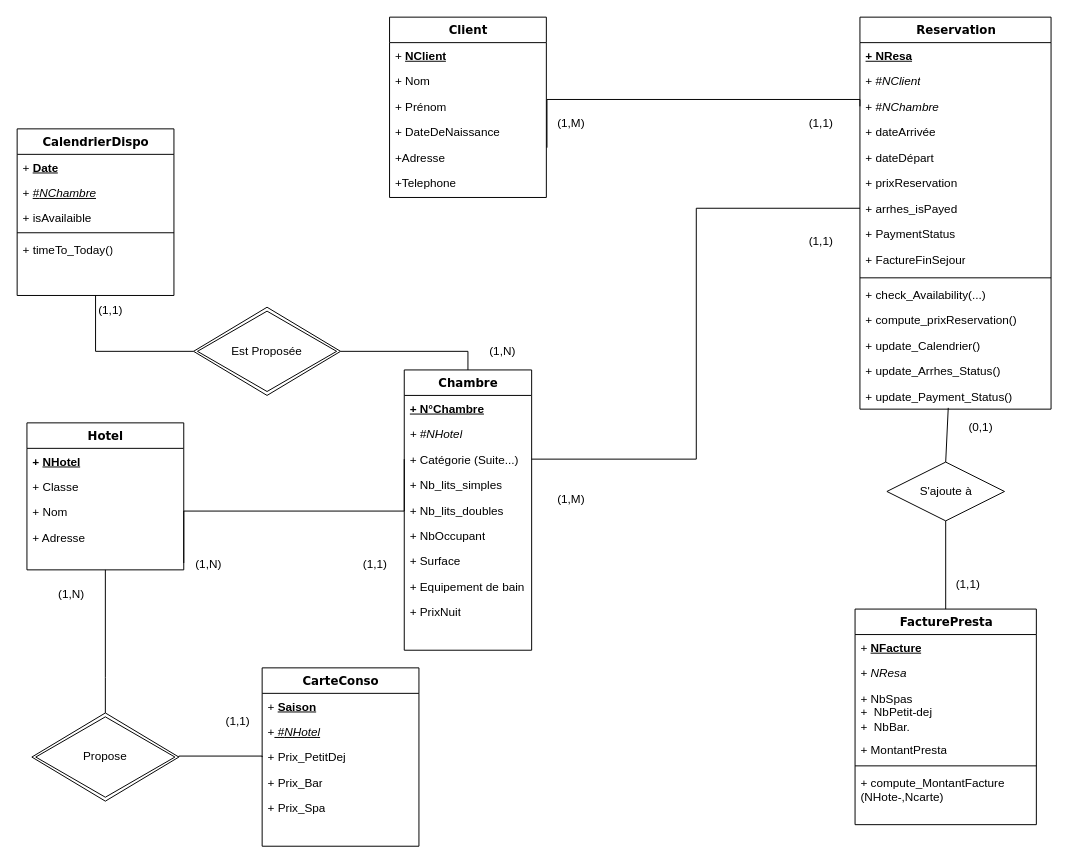
This is Untitled Diagram.drawio from Adrien-bot/Biostat-BDD, a draw.io file, before an edit. Source tidied: cells renumbered, new cells numbered last; positions are measured from the earlier drawing's top-left corner, leaving out a move shared by most shapes. Both pictures are drawn from the tidied source at 98%, with x=0, y=0 at pixel (17, 17).
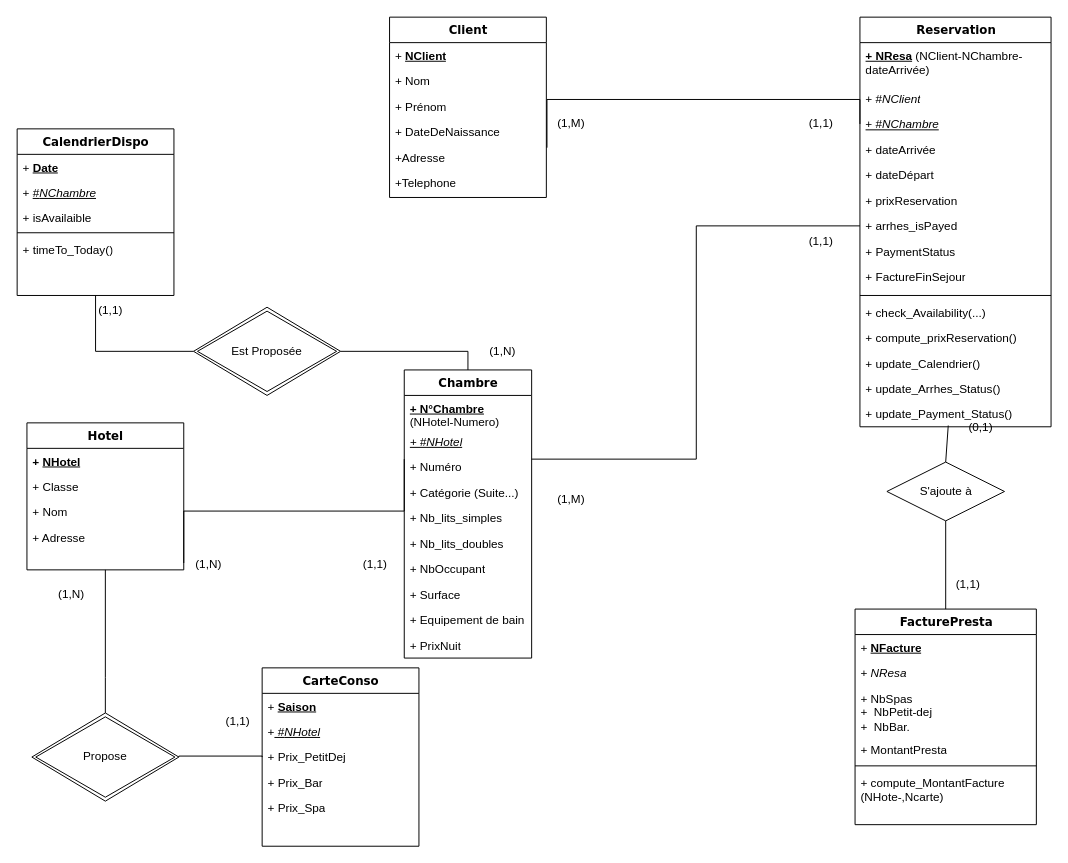
After the change.

Diff of the diagram source:
```diff
@@
     <mxCell id="3" value="Chambre" style="swimlane;html=1;fontStyle=1;align=center;verticalAlign=top;horizontal=1;startSize=26;swimlaneFillColor=#ffffff;rounded=0;shadow=0;comic=0;labelBackgroundColor=none;strokeWidth=1;fillColor=none;fontFamily=Verdana;fontSize=12;" parent="1" vertex="1">
-      <mxGeometry x="395" y="360" width="130" height="286" as="geometry" />
+      <mxGeometry x="395" y="360" width="130" height="294" as="geometry" />
     </mxCell>
-    <mxCell id="4" value="&lt;b&gt;&lt;u&gt;+ N°Chambre&lt;/u&gt;&lt;/b&gt;" style="text;html=1;strokeColor=none;fillColor=none;align=left;verticalAlign=top;spacingLeft=4;spacingRight=4;whiteSpace=wrap;overflow=hidden;" parent="3" vertex="1">
-      <mxGeometry y="26" width="130" height="26" as="geometry" />
+    <mxCell id="4" value="&lt;b&gt;&lt;u&gt;+ N°Chambre&lt;/u&gt;&lt;/b&gt; (NHotel-Numero)" style="text;html=1;strokeColor=none;fillColor=none;align=left;verticalAlign=top;spacingLeft=4;spacingRight=4;whiteSpace=wrap;overflow=hidden;" parent="3" vertex="1">
+      <mxGeometry y="26" width="130" height="34" as="geometry" />
     </mxCell>
-    <mxCell id="5" value="&lt;i&gt;+ #NHotel&lt;/i&gt;" style="text;html=1;strokeColor=none;fillColor=none;align=left;verticalAlign=top;spacingLeft=4;spacingRight=4;whiteSpace=wrap;overflow=hidden;" parent="3" vertex="1">
-      <mxGeometry y="52" width="130" height="26" as="geometry" />
+    <mxCell id="5" value="&lt;u&gt;&lt;i&gt;+ #NHotel&lt;/i&gt;&lt;/u&gt;" style="text;html=1;strokeColor=none;fillColor=none;align=left;verticalAlign=top;spacingLeft=4;spacingRight=4;whiteSpace=wrap;overflow=hidden;" parent="3" vertex="1">
+      <mxGeometry y="60" width="130" height="26" as="geometry" />
     </mxCell>
+    <mxCell id="85" value="+ Numéro" style="text;html=1;strokeColor=none;fillColor=none;align=left;verticalAlign=top;spacingLeft=4;spacingRight=4;whiteSpace=wrap;overflow=hidden;" parent="3" vertex="1">
+      <mxGeometry y="86" width="130" height="26" as="geometry" />
+    </mxCell>
     <mxCell id="6" value="+ Catégorie (Suite...)" style="text;html=1;strokeColor=none;fillColor=none;align=left;verticalAlign=top;spacingLeft=4;spacingRight=4;whiteSpace=wrap;overflow=hidden;" parent="3" vertex="1">
-      <mxGeometry y="78" width="130" height="26" as="geometry" />
+      <mxGeometry y="112" width="130" height="26" as="geometry" />
     </mxCell>
     <mxCell id="7" value="+ Nb_lits_simples" style="text;html=1;strokeColor=none;fillColor=none;align=left;verticalAlign=top;spacingLeft=4;spacingRight=4;whiteSpace=wrap;overflow=hidden;" parent="3" vertex="1">
-      <mxGeometry y="104" width="130" height="26" as="geometry" />
+      <mxGeometry y="138" width="130" height="26" as="geometry" />
     </mxCell>
     <mxCell id="8" value="+ Nb_lits_doubles" style="text;html=1;strokeColor=none;fillColor=none;align=left;verticalAlign=top;spacingLeft=4;spacingRight=4;whiteSpace=wrap;overflow=hidden;" parent="3" vertex="1">
-      <mxGeometry y="130" width="130" height="26" as="geometry" />
+      <mxGeometry y="164" width="130" height="26" as="geometry" />
     </mxCell>
     <mxCell id="9" value="+ NbOccupant" style="text;html=1;strokeColor=none;fillColor=none;align=left;verticalAlign=top;spacingLeft=4;spacingRight=4;whiteSpace=wrap;overflow=hidden;" parent="3" vertex="1">
-      <mxGeometry y="156" width="130" height="26" as="geometry" />
+      <mxGeometry y="190" width="130" height="26" as="geometry" />
     </mxCell>
     <mxCell id="10" value="+ Surface" style="text;html=1;strokeColor=none;fillColor=none;align=left;verticalAlign=top;spacingLeft=4;spacingRight=4;whiteSpace=wrap;overflow=hidden;" parent="3" vertex="1">
-      <mxGeometry y="182" width="130" height="26" as="geometry" />
+      <mxGeometry y="216" width="130" height="26" as="geometry" />
     </mxCell>
     <mxCell id="11" value="+ Equipement de bain" style="text;html=1;strokeColor=none;fillColor=none;align=left;verticalAlign=top;spacingLeft=4;spacingRight=4;whiteSpace=wrap;overflow=hidden;" parent="3" vertex="1">
-      <mxGeometry y="208" width="130" height="26" as="geometry" />
+      <mxGeometry y="242" width="130" height="26" as="geometry" />
     </mxCell>
     <mxCell id="12" value="+ PrixNuit" style="text;html=1;strokeColor=none;fillColor=none;align=left;verticalAlign=top;spacingLeft=4;spacingRight=4;whiteSpace=wrap;overflow=hidden;" parent="3" vertex="1">
-      <mxGeometry y="234" width="130" height="26" as="geometry" />
+      <mxGeometry y="268" width="130" height="26" as="geometry" />
     </mxCell>
@@
     <mxCell id="31" value="Reservation" style="swimlane;html=1;fontStyle=1;align=center;verticalAlign=top;horizontal=1;startSize=26;swimlaneFillColor=#ffffff;rounded=0;shadow=0;comic=0;labelBackgroundColor=none;strokeWidth=1;fillColor=none;fontFamily=Verdana;fontSize=12;" parent="1" vertex="1">
-      <mxGeometry x="860" width="195" height="400" as="geometry" />
+      <mxGeometry x="860" width="195" height="418" as="geometry" />
     </mxCell>
-    <mxCell id="32" value="&lt;b&gt;&lt;u&gt;+ NResa&lt;/u&gt;&lt;/b&gt;" style="text;html=1;strokeColor=none;fillColor=none;align=left;verticalAlign=top;spacingLeft=4;spacingRight=4;whiteSpace=wrap;overflow=hidden;" parent="31" vertex="1">
-      <mxGeometry y="26" width="195" height="26" as="geometry" />
+    <mxCell id="32" value="&lt;b&gt;&lt;u&gt;+ NResa&lt;/u&gt;&lt;/b&gt; (NClient-NChambre-dateArrivée)" style="text;html=1;strokeColor=none;fillColor=none;align=left;verticalAlign=top;spacingLeft=4;spacingRight=4;whiteSpace=wrap;overflow=hidden;" parent="31" vertex="1">
+      <mxGeometry y="26" width="195" height="44" as="geometry" />
     </mxCell>
     <mxCell id="33" value="+ #&lt;i&gt;NClient&lt;/i&gt;" style="text;html=1;strokeColor=none;fillColor=none;align=left;verticalAlign=top;spacingLeft=4;spacingRight=4;whiteSpace=wrap;overflow=hidden;" parent="31" vertex="1">
-      <mxGeometry y="52" width="195" height="26" as="geometry" />
+      <mxGeometry y="70" width="195" height="26" as="geometry" />
     </mxCell>
-    <mxCell id="34" value="+ #&lt;i&gt;NChambre&lt;/i&gt;" style="text;html=1;strokeColor=none;fillColor=none;align=left;verticalAlign=top;spacingLeft=4;spacingRight=4;whiteSpace=wrap;overflow=hidden;points=[[0,0.5],[1,0.5]];portConstraint=eastwest;" parent="31" vertex="1">
-      <mxGeometry y="78" width="195" height="26" as="geometry" />
+    <mxCell id="34" value="&lt;u&gt;+ #&lt;i&gt;NChambre&lt;/i&gt;&lt;/u&gt;" style="text;html=1;strokeColor=none;fillColor=none;align=left;verticalAlign=top;spacingLeft=4;spacingRight=4;whiteSpace=wrap;overflow=hidden;points=[[0,0.5],[1,0.5]];portConstraint=eastwest;" parent="31" vertex="1">
+      <mxGeometry y="96" width="195" height="26" as="geometry" />
     </mxCell>
     <mxCell id="35" value="+ dateArrivée" style="text;html=1;strokeColor=none;fillColor=none;align=left;verticalAlign=top;spacingLeft=4;spacingRight=4;whiteSpace=wrap;overflow=hidden;" parent="31" vertex="1">
-      <mxGeometry y="104" width="195" height="26" as="geometry" />
+      <mxGeometry y="122" width="195" height="26" as="geometry" />
     </mxCell>
     <mxCell id="36" value="+ dateDépart" style="text;html=1;strokeColor=none;fillColor=none;align=left;verticalAlign=top;spacingLeft=4;spacingRight=4;whiteSpace=wrap;overflow=hidden;" parent="31" vertex="1">
-      <mxGeometry y="130" width="195" height="26" as="geometry" />
+      <mxGeometry y="148" width="195" height="26" as="geometry" />
     </mxCell>
     <mxCell id="37" value="+ prixReservation" style="text;html=1;strokeColor=none;fillColor=none;align=left;verticalAlign=top;spacingLeft=4;spacingRight=4;whiteSpace=wrap;overflow=hidden;" parent="31" vertex="1">
-      <mxGeometry y="156" width="195" height="26" as="geometry" />
+      <mxGeometry y="174" width="195" height="26" as="geometry" />
     </mxCell>
     <mxCell id="38" value="+ arrhes_isPayed" style="text;html=1;strokeColor=none;fillColor=none;align=left;verticalAlign=top;spacingLeft=4;spacingRight=4;whiteSpace=wrap;overflow=hidden;points=[[0,0.5],[1,0.5]];portConstraint=eastwest;" parent="31" vertex="1">
-      <mxGeometry y="182" width="195" height="26" as="geometry" />
+      <mxGeometry y="200" width="195" height="26" as="geometry" />
     </mxCell>
     <mxCell id="39" value="+ PaymentStatus" style="text;html=1;strokeColor=none;fillColor=none;align=left;verticalAlign=top;spacingLeft=4;spacingRight=4;whiteSpace=wrap;overflow=hidden;" parent="31" vertex="1">
-      <mxGeometry y="208" width="195" height="26" as="geometry" />
+      <mxGeometry y="226" width="195" height="26" as="geometry" />
     </mxCell>
     <mxCell id="40" value="+ FactureFinSejour" style="text;html=1;strokeColor=none;fillColor=none;align=left;verticalAlign=top;spacingLeft=4;spacingRight=4;whiteSpace=wrap;overflow=hidden;" parent="31" vertex="1">
-      <mxGeometry y="234" width="195" height="28" as="geometry" />
+      <mxGeometry y="252" width="195" height="28" as="geometry" />
     </mxCell>
     <mxCell id="41" style="line;strokeWidth=1;fillColor=none;align=left;verticalAlign=middle;spacingTop=-1;spacingLeft=3;spacingRight=3;labelPosition=right;strokeColor=inherit;" parent="31" vertex="1">
-      <mxGeometry y="262" width="195" height="8" as="geometry" />
+      <mxGeometry y="280" width="195" height="8" as="geometry" />
     </mxCell>
     <mxCell id="42" value="+ check_Availability(...)" style="text;strokeColor=none;fillColor=none;align=left;verticalAlign=top;spacingLeft=4;spacingRight=4;overflow=hidden;whiteSpace=wrap;html=1;" parent="31" vertex="1">
-      <mxGeometry y="270" width="195" height="26" as="geometry" />
+      <mxGeometry y="288" width="195" height="26" as="geometry" />
     </mxCell>
     <mxCell id="43" value="+ compute_prixReservation()" style="text;strokeColor=none;fillColor=none;align=left;verticalAlign=top;spacingLeft=4;spacingRight=4;overflow=hidden;whiteSpace=wrap;html=1;" parent="31" vertex="1">
-      <mxGeometry y="296" width="195" height="26" as="geometry" />
+      <mxGeometry y="314" width="195" height="26" as="geometry" />
     </mxCell>
     <mxCell id="44" value="+ update_Calendrier()" style="text;strokeColor=none;fillColor=none;align=left;verticalAlign=top;spacingLeft=4;spacingRight=4;overflow=hidden;whiteSpace=wrap;html=1;" parent="31" vertex="1">
-      <mxGeometry y="322" width="195" height="26" as="geometry" />
+      <mxGeometry y="340" width="195" height="26" as="geometry" />
     </mxCell>
     <mxCell id="45" value="+ update_Arrhes_Status()" style="text;strokeColor=none;fillColor=none;align=left;verticalAlign=top;spacingLeft=4;spacingRight=4;overflow=hidden;whiteSpace=wrap;html=1;" parent="31" vertex="1">
-      <mxGeometry y="348" width="195" height="26" as="geometry" />
+      <mxGeometry y="366" width="195" height="26" as="geometry" />
     </mxCell>
     <mxCell id="46" value="+ update_Payment_Status()" style="text;strokeColor=none;fillColor=none;align=left;verticalAlign=top;spacingLeft=4;spacingRight=4;overflow=hidden;points=[[0,0.5],[1,0.5]];portConstraint=eastwest;whiteSpace=wrap;html=1;" parent="31" vertex="1">
-      <mxGeometry y="374" width="195" height="26" as="geometry" />
+      <mxGeometry y="392" width="195" height="26" as="geometry" />
     </mxCell>
```
